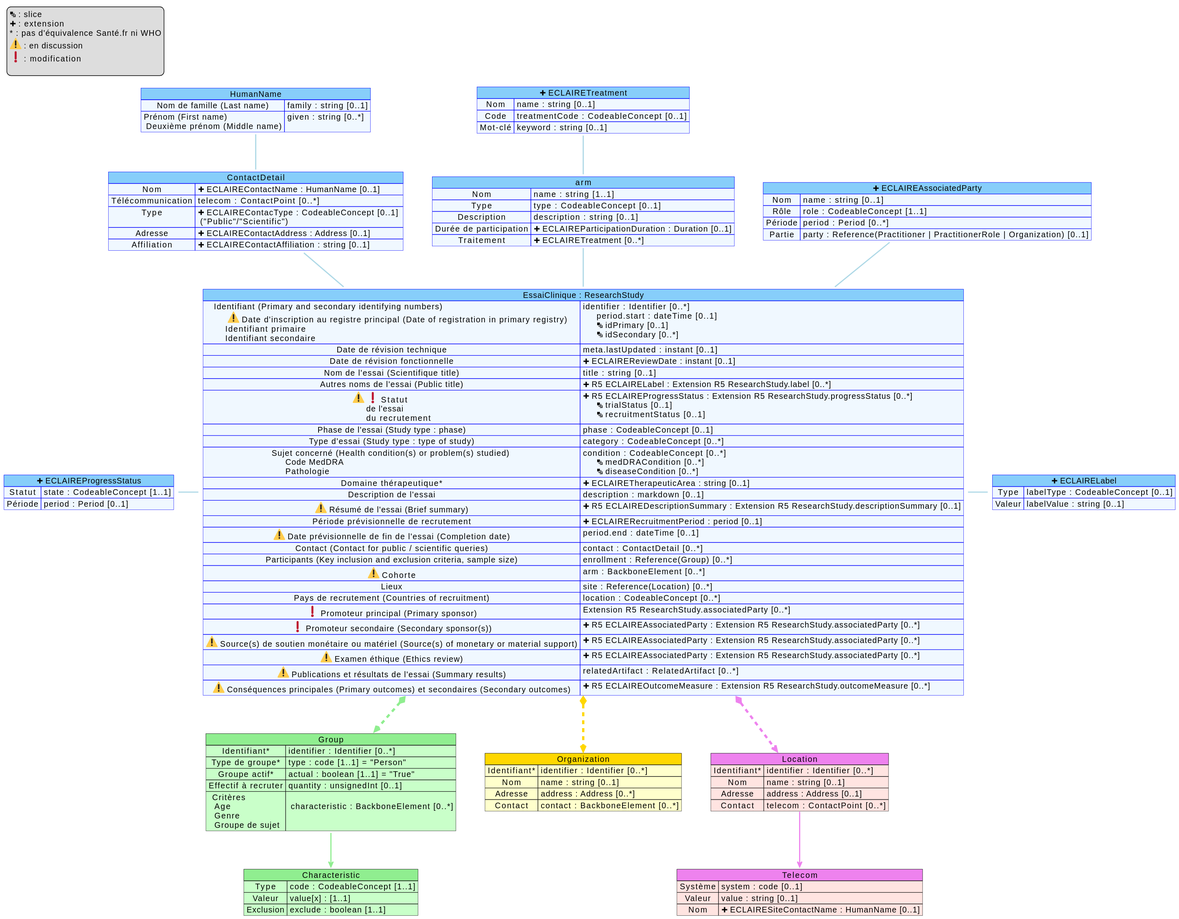
The PlantUML diagram ig/ajout-donnees-mapping/mappingResearchStudy.svg in ansforge/essais-cliniques, before a commit.
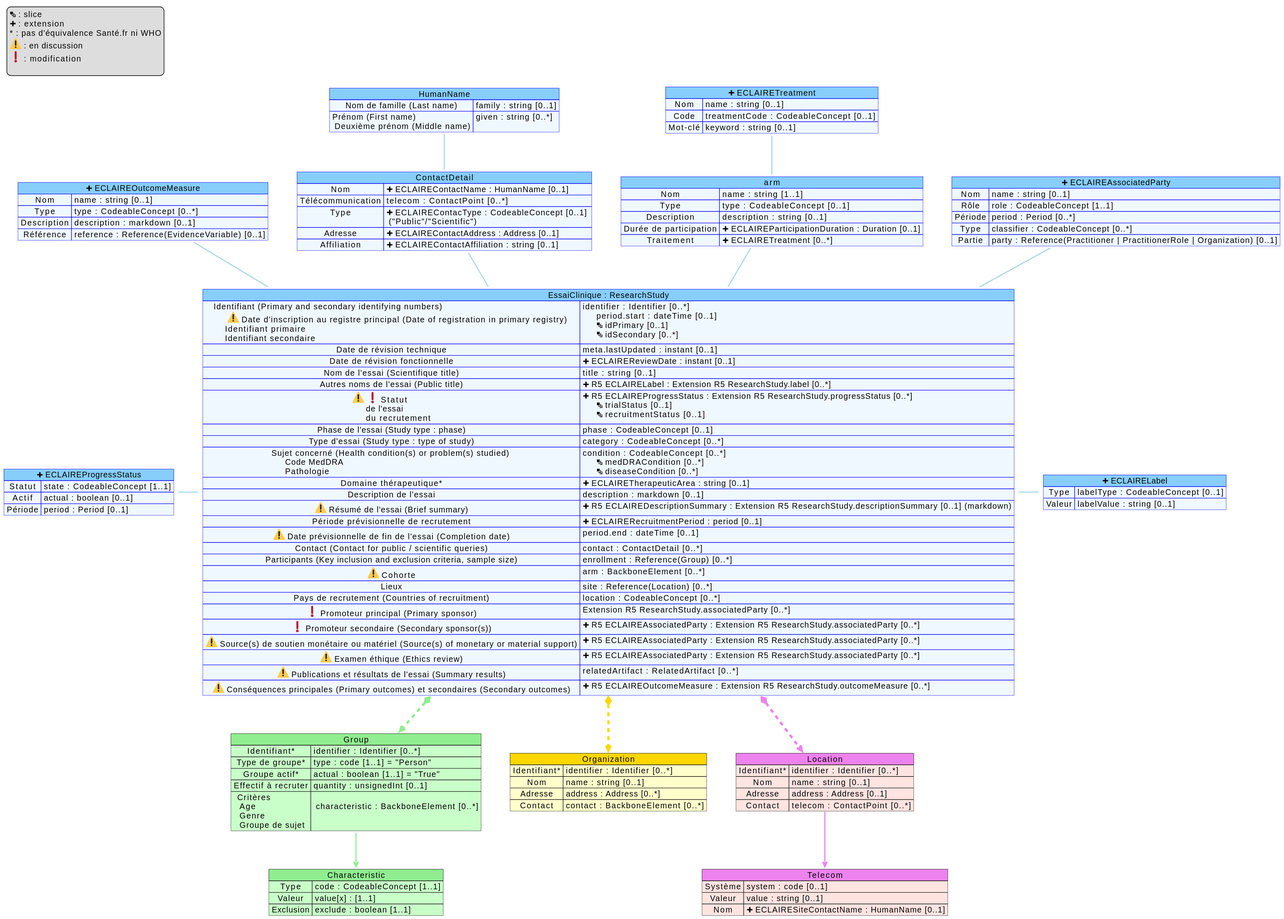
Above is the later version.

Change to the diagram source:
```diff
@@ -22,10 +22,18 @@
 }
 
 map "<&plus> ECLAIREAssociatedParty" as AP #back:AliceBlue;header:LightSkyBlue;line:blue {
-    Nom => name :  string [0..1]
-    Rôle => role :  CodeableConcept [1..1]
-    Période => period :  Period [0..*]
+    Nom => name : string [0..1]
+    Rôle => role : CodeableConcept [1..1]
+    Période => period : Period [0..*]
+    Type => classifier : CodeableConcept [0..*]
     Partie => party : Reference(Practitioner | PractitionerRole | Organization) [0..1]
+}
+
+map "<&plus> ECLAIREOutcomeMeasure" as OM #back:AliceBlue;header:LightSkyBlue;line:blue {
+    Nom => name : string [0..1]
+    Type => type : CodeableConcept [0..*]
+    Description => description : markdown [0..1]
+    Référence => reference : Reference(EvidenceVariable) [0..1]
 }
 
 map "<&plus> ECLAIRETreatment" as treatment #back:AliceBlue;header:LightSkyBlue;line:blue {
@@ -41,6 +49,7 @@
 
 map "<&plus> ECLAIREProgressStatus" as status #back:AliceBlue;header:LightSkyBlue;line:blue {
     Statut => state : CodeableConcept [1..1]
+    Actif => actual : boolean [0..1]
     Période => period : Period [0..1]
 }
 
@@ -92,7 +101,7 @@
     Sujet concerné (Health condition(s) or problem(s) studied) \n      Code MedDRA \n      Pathologie => condition : CodeableConcept [0..*] \n      <&layers> medDRACondition [0..*] \n      <&layers> diseaseCondition [0..*]
     Domaine thérapeutique* => <&plus> ECLAIRETherapeuticArea : string [0..1]
     Description de l'essai => description : markdown [0..1]
-    <:warning:> Résumé de l'essai (Brief summary) => <&plus> R5 ECLAIREDescriptionSummary : Extension R5 ResearchStudy.descriptionSummary [0..1]
+    <:warning:> Résumé de l'essai (Brief summary) => <&plus> R5 ECLAIREDescriptionSummary : Extension R5 ResearchStudy.descriptionSummary [0..1] (markdown)
     Période prévisionnelle de recrutement => <&plus> ECLAIRERecruitmentPeriod : period [0..1]
     <:warning:> Date prévisionnelle de fin de l'essai (Completion date) => period.end : dateTime [0..1]
     Contact (Contact for public / scientific queries) => contact : ContactDetail [0..*]
@@ -119,6 +128,8 @@
 RS -[#lightBlue,thickness=2] label
 name --[#lightBlue,thickness=2] Contact
 AP --[#lightBlue,thickness=2] RS
+OM --[#lightBlue,thickness=2] RS
+OM -[hidden] Contact
 status -[#lightBlue,thickness=2] RS
 
 Group -[hidden] Organization
```
